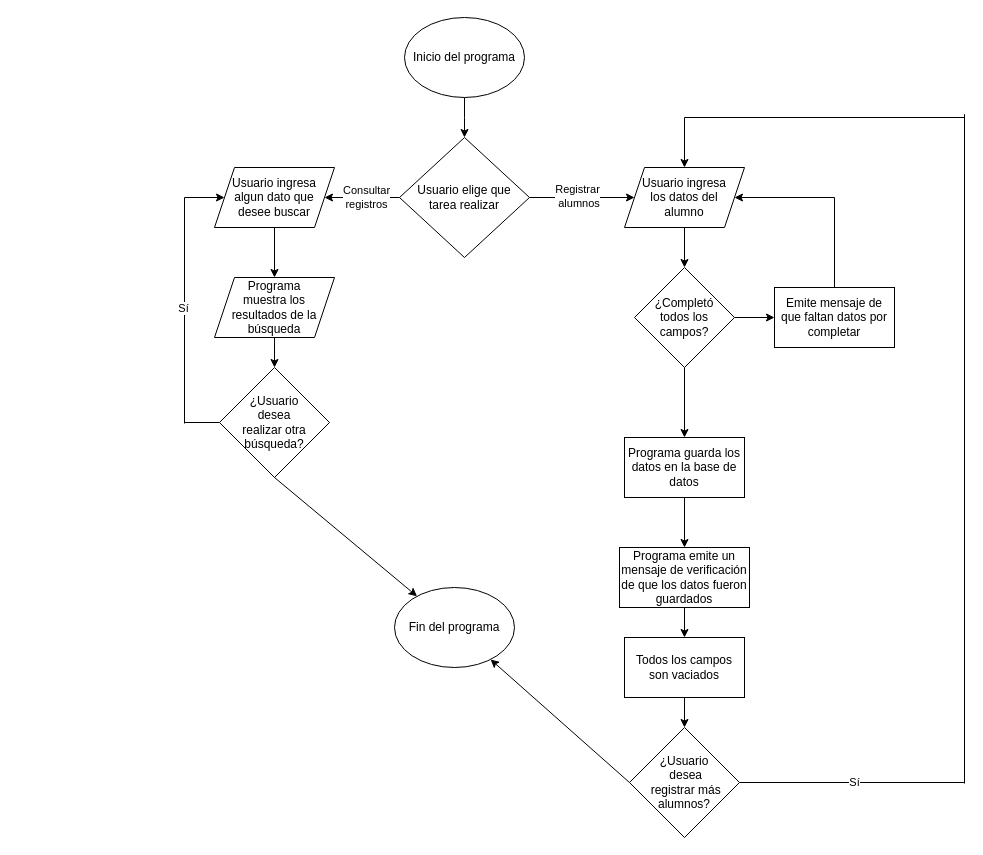
Before: Archivos trabajo integrador/Diagrama registro de alumnos.drawio in NovalisGG/trabajoIntegrador, a draw.io diagram. Source tidied: cells renumbered, new cells numbered last; positions are measured from the earlier drawing's top-left corner, leaving out a move shared by most shapes. Both pictures are drawn from the tidied source at 100%, with x=0, y=0 at pixel (184, 17).
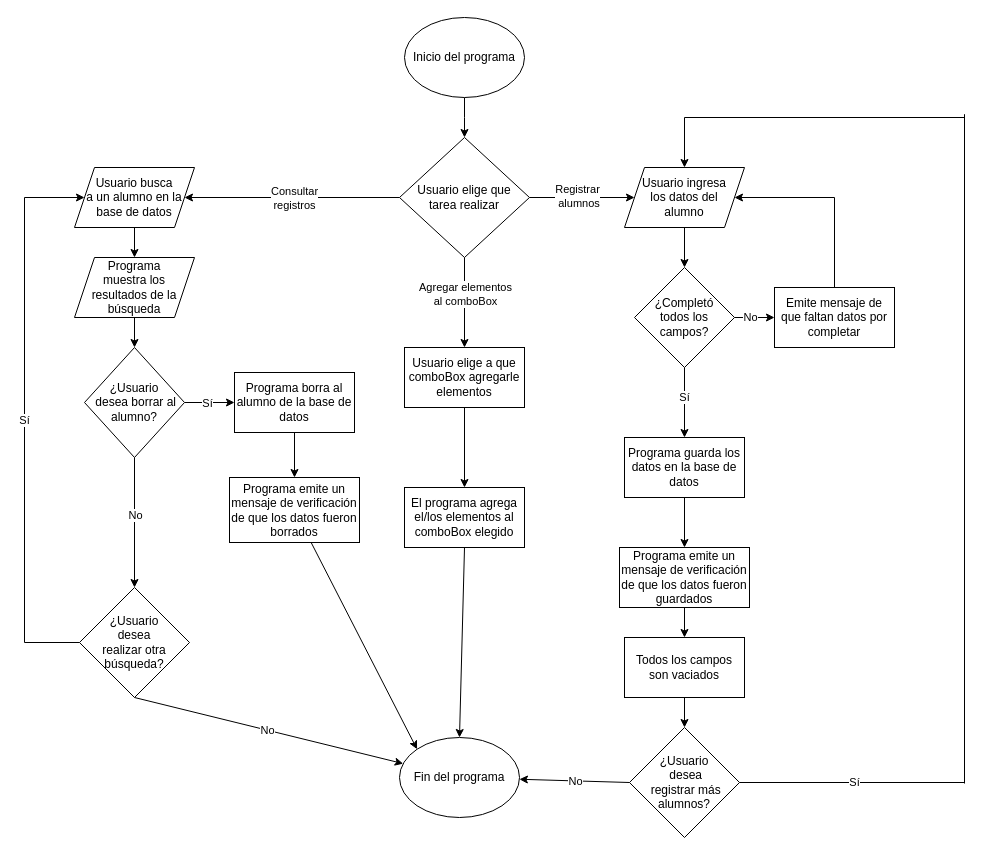
The same page after the edit.

The change refers to these unchanged cells:
```xml
<mxCell id="5" value="Usuario elige que&lt;br&gt;tarea realizar" style="rhombus;whiteSpace=wrap;html=1;" parent="1" vertex="1">
  <mxGeometry x="215" y="120" width="130" height="120" as="geometry" />
</mxCell>
<mxCell id="19" style="endArrow=classic;html=1;rounded=0;" parent="1" edge="1" source="18" target="12">
  <mxGeometry relative="1" as="geometry" />
</mxCell>
<mxCell id="20" style="endArrow=classic;html=1;rounded=0;exitX=1;exitY=0.5;exitDx=0;exitDy=0;entryX=0;entryY=0.5;entryDx=0;entryDy=0;" parent="1" edge="1" source="18" target="21">
  <mxGeometry relative="1" as="geometry" />
</mxCell>
<mxCell id="39" style="endArrow=classic;html=1;rounded=0;exitX=0.5;exitY=1;exitDx=0;exitDy=0;" parent="1" edge="1" source="26" target="38">
  <mxGeometry relative="1" as="geometry" />
</mxCell>
<mxCell id="40" style="endArrow=classic;html=1;rounded=0;exitX=0;exitY=0.5;exitDx=0;exitDy=0;" parent="1" edge="1" source="25" target="38">
  <mxGeometry relative="1" as="geometry" />
</mxCell>
```

What changed in the source:
```diff
@@
     <mxCell id="2" style="endArrow=none;html=1;rounded=0;" parent="1" edge="1">
       <mxGeometry relative="1" as="geometry">
-        <mxPoint y="406" as="sourcePoint" />
-        <mxPoint y="180" as="targetPoint" />
+        <mxPoint x="-160" y="625" as="sourcePoint" />
+        <mxPoint x="-160" y="180" as="targetPoint" />
       </mxGeometry>
     </mxCell>
@@
-    <mxCell id="8" style="endArrow=classic;html=1;rounded=0;exitX=0;exitY=0.5;exitDx=0;exitDy=0;entryX=1;entryY=0.5;entryDx=0;entryDy=0;" parent="1" edge="1" source="5">
-      <mxGeometry relative="1" as="geometry">
-        <mxPoint x="140" y="180" as="targetPoint" />
-      </mxGeometry>
+    <mxCell id="8" style="endArrow=classic;html=1;rounded=0;exitX=0;exitY=0.5;exitDx=0;exitDy=0;entryX=1;entryY=0.5;entryDx=0;entryDy=0;" parent="1" edge="1" source="5" target="11">
+      <mxGeometry relative="1" as="geometry" />
     </mxCell>
     <mxCell id="9" value="Consultar&lt;br&gt;registros" style="edgeLabel;html=1;align=center;verticalAlign=middle;" parent="8" vertex="1">
       <mxGeometry x="0.32" y="3" relative="1" as="geometry">
-        <mxPoint x="16" y="-4" as="offset" />
+        <mxPoint x="36" y="-3" as="offset" />
       </mxGeometry>
     </mxCell>
@@
-    <mxCell id="11" value="Usuario ingresa&lt;br&gt;algun dato que&lt;br&gt;desee buscar" style="shape=parallelogram;perimeter=parallelogramPerimeter;whiteSpace=wrap;html=1;fixedSize=1;" parent="1" vertex="1">
-      <mxGeometry x="30" y="150" width="120" height="60" as="geometry" />
+    <mxCell id="11" value="Usuario busca &lt;br&gt;a un alumno en la base de datos" style="shape=parallelogram;perimeter=parallelogramPerimeter;whiteSpace=wrap;html=1;fixedSize=1;" parent="1" vertex="1">
+      <mxGeometry x="-110" y="150" width="120" height="60" as="geometry" />
     </mxCell>
@@
     <mxCell id="16" value="Programa&lt;br&gt;muestra los&lt;br&gt;resultados de la&lt;br&gt;búsqueda" style="shape=parallelogram;perimeter=parallelogramPerimeter;whiteSpace=wrap;html=1;fixedSize=1;" parent="1" vertex="1">
-      <mxGeometry x="30" y="260" width="120" height="60" as="geometry" />
+      <mxGeometry x="-110" y="240" width="120" height="60" as="geometry" />
     </mxCell>
-    <mxCell id="17" style="endArrow=classic;html=1;rounded=0;" parent="1" edge="1" source="11" target="16">
+    <mxCell id="17" style="endArrow=classic;html=1;rounded=0;exitX=0.5;exitY=1;exitDx=0;exitDy=0;" parent="1" edge="1" source="11" target="16">
       <mxGeometry relative="1" as="geometry" />
     </mxCell>
@@
+    <mxCell id="41" value="Sí" style="edgeLabel;html=1;align=center;verticalAlign=middle;" parent="19" vertex="1">
+      <mxGeometry x="0.02" relative="1" as="geometry">
+        <mxPoint x="-1" y="-7" as="offset" />
+      </mxGeometry>
+    </mxCell>
@@
+    <mxCell id="42" value="No" style="edgeLabel;html=1;align=center;verticalAlign=middle;" parent="20" vertex="1">
+      <mxGeometry x="0.03" y="1" relative="1" as="geometry">
+        <mxPoint x="-6" as="offset" />
+      </mxGeometry>
+    </mxCell>
@@
     <mxCell id="26" value="¿Usuario&lt;br&gt;desea&lt;br&gt;realizar otra&lt;br&gt;búsqueda?" style="rhombus;whiteSpace=wrap;html=1;" parent="1" vertex="1">
-      <mxGeometry x="35" y="350" width="110" height="110" as="geometry" />
+      <mxGeometry x="-105" y="570" width="110" height="110" as="geometry" />
     </mxCell>
-    <mxCell id="27" style="endArrow=classic;html=1;rounded=0;" parent="1" edge="1" source="16" target="26">
-      <mxGeometry relative="1" as="geometry" />
-    </mxCell>
     <mxCell id="28" style="endArrow=none;html=1;rounded=0;exitX=0;exitY=0.5;exitDx=0;exitDy=0;" parent="1" edge="1" source="26">
       <mxGeometry relative="1" as="geometry">
-        <mxPoint y="405" as="targetPoint" />
+        <mxPoint x="-160" y="625" as="targetPoint" />
       </mxGeometry>
     </mxCell>
     <mxCell id="29" value="Sí" style="edgeLabel;html=1;align=center;verticalAlign=middle;" parent="28" vertex="1">
       <mxGeometry x="0.26" relative="1" as="geometry">
-        <mxPoint x="-15" y="-115" as="offset" />
+        <mxPoint x="-21" y="-223" as="offset" />
       </mxGeometry>
     </mxCell>
     <mxCell id="30" style="endArrow=classic;html=1;rounded=0;entryX=0;entryY=0.5;entryDx=0;entryDy=0;" parent="1" edge="1" target="11">
       <mxGeometry relative="1" as="geometry">
-        <mxPoint y="180" as="sourcePoint" />
+        <mxPoint x="-160" y="180" as="sourcePoint" />
       </mxGeometry>
     </mxCell>
@@
     <mxCell id="38" value="Fin del programa" style="ellipse;whiteSpace=wrap;html=1;" parent="1" vertex="1">
-      <mxGeometry x="210" y="570" width="120" height="80" as="geometry" />
+      <mxGeometry x="215" y="720" width="120" height="80" as="geometry" />
     </mxCell>
@@
+    <mxCell id="43" value="No" style="edgeLabel;html=1;align=center;verticalAlign=middle;" parent="39" vertex="1">
+      <mxGeometry x="-0.02" relative="1" as="geometry" />
+    </mxCell>
@@
+    <mxCell id="44" value="No" style="edgeLabel;html=1;align=center;verticalAlign=middle;" parent="40" vertex="1">
+      <mxGeometry relative="1" as="geometry" />
+    </mxCell>
+    <mxCell id="45" value="Programa borra al alumno de la base de datos" style="rounded=0;whiteSpace=wrap;html=1;" parent="1" vertex="1">
+      <mxGeometry x="50" y="355" width="120" height="60" as="geometry" />
+    </mxCell>
+    <mxCell id="46" value="Programa emite un mensaje de verificación de que los datos fueron borrados" style="rounded=0;whiteSpace=wrap;html=1;" parent="1" vertex="1">
+      <mxGeometry x="45" y="460" width="130" height="65" as="geometry" />
+    </mxCell>
+    <mxCell id="47" style="endArrow=classic;html=1;rounded=0;exitX=1;exitY=0.5;exitDx=0;exitDy=0;" parent="1" edge="1" source="53" target="45">
+      <mxGeometry relative="1" as="geometry" />
+    </mxCell>
+    <mxCell id="48" value="Sí" style="edgeLabel;html=1;align=center;verticalAlign=middle;" parent="47" vertex="1">
+      <mxGeometry x="-0.12" relative="1" as="geometry" />
+    </mxCell>
+    <mxCell id="49" style="endArrow=classic;html=1;rounded=0;" parent="1" edge="1" source="45" target="46">
+      <mxGeometry relative="1" as="geometry" />
+    </mxCell>
+    <mxCell id="50" style="endArrow=classic;html=1;rounded=0;entryX=0;entryY=0;entryDx=0;entryDy=0;" parent="1" edge="1" source="46" target="38">
+      <mxGeometry relative="1" as="geometry" />
+    </mxCell>
+    <mxCell id="51" style="endArrow=classic;html=1;rounded=0;" parent="1" edge="1">
+      <mxGeometry relative="1" as="geometry">
+        <mxPoint x="280" y="240" as="sourcePoint" />
+        <mxPoint x="280" y="330" as="targetPoint" />
+      </mxGeometry>
+    </mxCell>
+    <mxCell id="52" value="Agregar elementos&lt;br&gt;al comboBox" style="edgeLabel;html=1;align=center;verticalAlign=middle;" parent="51" vertex="1">
+      <mxGeometry x="-0.27" y="-3" relative="1" as="geometry">
+        <mxPoint x="3" y="3" as="offset" />
+      </mxGeometry>
+    </mxCell>
+    <mxCell id="53" value="¿Usuario&lt;br&gt;&amp;nbsp;desea borrar al alumno?" style="rhombus;whiteSpace=wrap;html=1;" parent="1" vertex="1">
+      <mxGeometry x="-100" y="330" width="100" height="110" as="geometry" />
+    </mxCell>
+    <mxCell id="54" style="endArrow=classic;html=1;rounded=0;exitX=0.5;exitY=1;exitDx=0;exitDy=0;entryX=0.5;entryY=0;entryDx=0;entryDy=0;" parent="1" edge="1" source="53" target="26">
+      <mxGeometry relative="1" as="geometry" />
+    </mxCell>
+    <mxCell id="55" value="No" style="edgeLabel;html=1;align=center;verticalAlign=middle;" parent="54" vertex="1">
+      <mxGeometry x="-0.24" relative="1" as="geometry">
+        <mxPoint y="8" as="offset" />
+      </mxGeometry>
+    </mxCell>
+    <mxCell id="56" style="endArrow=classic;html=1;rounded=0;exitX=0.5;exitY=1;exitDx=0;exitDy=0;entryX=0.5;entryY=0;entryDx=0;entryDy=0;" parent="1" edge="1" source="16" target="53">
+      <mxGeometry relative="1" as="geometry" />
+    </mxCell>
+    <mxCell id="57" value="Usuario elige a que comboBox agregarle elementos" style="rounded=0;whiteSpace=wrap;html=1;" parent="1" vertex="1">
+      <mxGeometry x="220" y="330" width="120" height="60" as="geometry" />
+    </mxCell>
+    <mxCell id="58" value="El programa agrega el/los elementos al comboBox elegido" style="rounded=0;whiteSpace=wrap;html=1;" parent="1" vertex="1">
+      <mxGeometry x="220" y="470" width="120" height="60" as="geometry" />
+    </mxCell>
+    <mxCell id="59" style="endArrow=classic;html=1;rounded=0;exitX=0.5;exitY=1;exitDx=0;exitDy=0;entryX=0.5;entryY=0;entryDx=0;entryDy=0;" parent="1" edge="1" source="57" target="58">
+      <mxGeometry relative="1" as="geometry" />
+    </mxCell>
+    <mxCell id="60" style="endArrow=classic;html=1;rounded=0;exitX=0.5;exitY=1;exitDx=0;exitDy=0;entryX=0.5;entryY=0;entryDx=0;entryDy=0;" parent="1" edge="1" source="58" target="38">
+      <mxGeometry relative="1" as="geometry" />
+    </mxCell>
```
